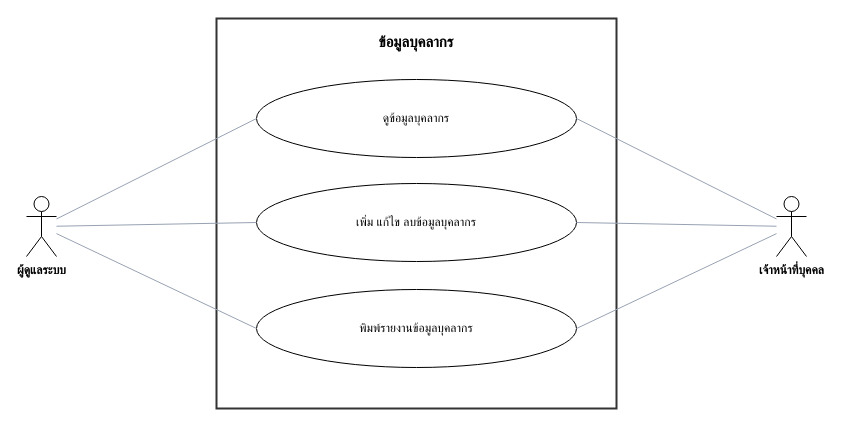
The draw.io diagram page "ข้อมูลบุคลากร" (1 of 6) of materials/doc/usecase-care.drawio in RealTiraqmisu/SchoolDark, before the edit. Source tidied: cells renumbered, new cells numbered last; positions are measured from the earlier drawing's top-left corner, leaving out a move shared by most shapes. Both pictures are drawn from the tidied source at 100%, with x=0, y=0 at pixel (26, 18).
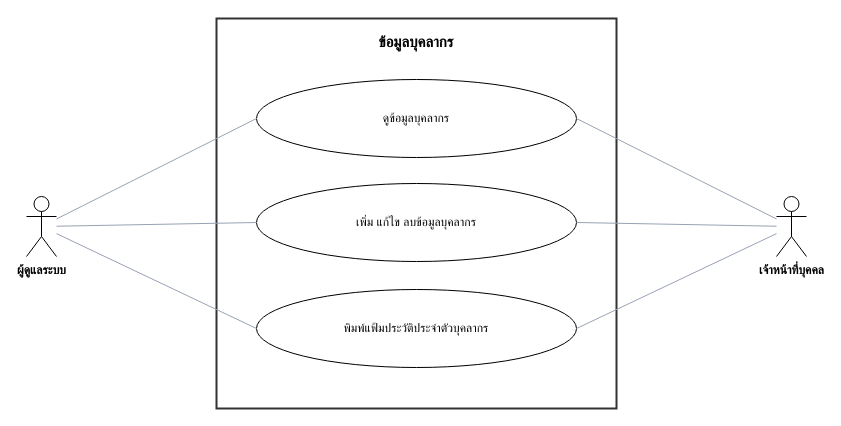
The same diagram, later.

What changed in the source:
```diff
@@
 <mxGraphModel>
   <root>
     <mxCell id="0" />
     <mxCell id="1" parent="0" />
     <mxCell id="2" value="ข้อมูลบุคลากร" style="rounded=0;whiteSpace=wrap;html=1;verticalAlign=top;align=center;fontStyle=1;fontSize=15;fillColor=none;strokeColor=#333333;strokeWidth=2;spacingTop=8;" parent="1" vertex="1">
       <mxGeometry x="190" width="400" height="390" as="geometry" />
     </mxCell>
     <mxCell id="3" value="ดูข้อมูลบุคลากร" style="ellipse;whiteSpace=wrap;html=1;fontSize=12;spacing=10;" parent="1" vertex="1">
       <mxGeometry x="230" y="61" width="320" height="78" as="geometry" />
     </mxCell>
     <mxCell id="4" value="เพิ่ม แก้ไข ลบข้อมูลบุคลากร" style="ellipse;whiteSpace=wrap;html=1;fontSize=12;spacing=10;" parent="1" vertex="1">
       <mxGeometry x="230" y="165" width="320" height="78" as="geometry" />
     </mxCell>
-    <mxCell id="5" value="พิมพ์รายงานข้อมูลบุคลากร" style="ellipse;whiteSpace=wrap;html=1;fontSize=12;spacing=10;" parent="1" vertex="1">
+    <mxCell id="5" value="พิมพ์แฟ้มประวัติประจำตัวบุคลากร" style="ellipse;whiteSpace=wrap;html=1;fontSize=12;spacing=10;" parent="1" vertex="1">
       <mxGeometry x="230" y="271" width="320" height="78" as="geometry" />
     </mxCell>
     <mxCell id="6" value="ผู้ดูแลระบบ" style="shape=umlActor;verticalLabelPosition=bottom;verticalAlign=top;html=1;outlineConnect=0;whiteSpace=nowrap;fontSize=12;fontStyle=1;" parent="1" vertex="1">
       <mxGeometry y="178" width="30" height="60" as="geometry" />
     </mxCell>
     <mxCell id="7" value="เจ้าหน้าที่บุคคล" style="shape=umlActor;verticalLabelPosition=bottom;verticalAlign=top;html=1;outlineConnect=0;whiteSpace=nowrap;fontSize=12;fontStyle=1;" parent="1" vertex="1">
       <mxGeometry x="750" y="178" width="30" height="60" as="geometry" />
     </mxCell>
     <mxCell id="8" style="endArrow=none;html=1;strokeColor=#98a2b3;entryX=0;entryY=0.5;entryDx=0;entryDy=0;" parent="1" edge="1" source="6" target="3">
       <mxGeometry relative="1" as="geometry" />
     </mxCell>
     <mxCell id="9" style="endArrow=none;html=1;strokeColor=#98a2b3;entryX=1;entryY=0.5;entryDx=0;entryDy=0;" parent="1" edge="1" source="7" target="3">
       <mxGeometry relative="1" as="geometry" />
     </mxCell>
     <mxCell id="10" style="endArrow=none;html=1;strokeColor=#98a2b3;entryX=0;entryY=0.5;entryDx=0;entryDy=0;" parent="1" edge="1" source="6" target="4">
       <mxGeometry relative="1" as="geometry" />
     </mxCell>
     <mxCell id="11" style="endArrow=none;html=1;strokeColor=#98a2b3;entryX=1;entryY=0.5;entryDx=0;entryDy=0;" parent="1" edge="1" source="7" target="4">
       <mxGeometry relative="1" as="geometry" />
     </mxCell>
     <mxCell id="12" style="endArrow=none;html=1;strokeColor=#98a2b3;entryX=0;entryY=0.5;entryDx=0;entryDy=0;" parent="1" edge="1" source="6" target="5">
       <mxGeometry relative="1" as="geometry" />
     </mxCell>
     <mxCell id="13" style="endArrow=none;html=1;strokeColor=#98a2b3;entryX=1;entryY=0.5;entryDx=0;entryDy=0;" parent="1" edge="1" source="7" target="5">
       <mxGeometry relative="1" as="geometry" />
     </mxCell>
   </root>
 </mxGraphModel>
```
